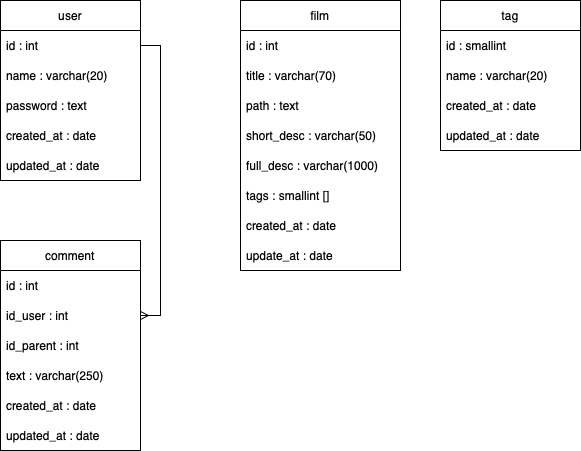
Earlier version of the draw.io export _plan/database_plan.drawio.png (FilipSankowski/film_app). Source tidied: cells renumbered, new cells last; positions are measured from the earlier drawing's top-left corner, leaving out a move shared by most shapes.
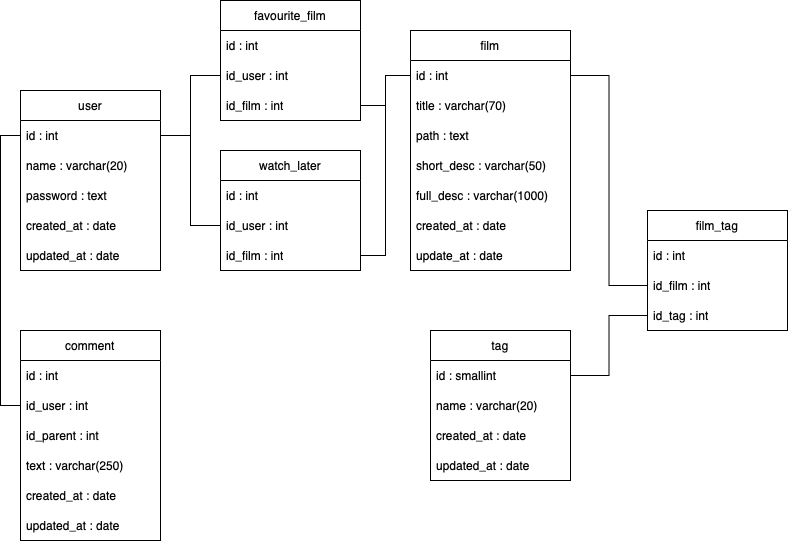
After the change.

Commit message:
added missing parts to database project; added more specific endpoints to API project

What changed in the source:
```diff
@@ -3,7 +3,7 @@
     <mxCell id="0" />
     <mxCell id="1" parent="0" />
     <mxCell id="2" value="user" style="swimlane;fontStyle=0;horizontal=1;startSize=30;whiteSpace=wrap;html=1;" parent="1" vertex="1">
-      <mxGeometry width="140" height="180" as="geometry" />
+      <mxGeometry x="20" y="120" width="140" height="180" as="geometry" />
     </mxCell>
     <mxCell id="3" value="id : int" style="text;strokeColor=none;fillColor=none;align=left;verticalAlign=middle;spacingLeft=4;spacingRight=4;overflow=hidden;points=[[0,0.5],[1,0.5]];portConstraint=eastwest;whiteSpace=wrap;html=1;" parent="2" vertex="1">
       <mxGeometry y="30" width="140" height="30" as="geometry" />
@@ -21,7 +21,7 @@
       <mxGeometry y="150" width="140" height="30" as="geometry" />
     </mxCell>
     <mxCell id="8" value="tag" style="swimlane;fontStyle=0;horizontal=1;startSize=30;whiteSpace=wrap;html=1;" parent="1" vertex="1">
-      <mxGeometry x="440" width="140" height="150" as="geometry" />
+      <mxGeometry x="430" y="360" width="140" height="150" as="geometry" />
     </mxCell>
     <mxCell id="9" value="id : smallint" style="text;strokeColor=none;fillColor=none;align=left;verticalAlign=middle;spacingLeft=4;spacingRight=4;overflow=hidden;points=[[0,0.5],[1,0.5]];portConstraint=eastwest;whiteSpace=wrap;html=1;" parent="8" vertex="1">
       <mxGeometry y="30" width="140" height="30" as="geometry" />
@@ -36,7 +36,7 @@
       <mxGeometry y="120" width="140" height="30" as="geometry" />
     </mxCell>
     <mxCell id="13" value="film" style="swimlane;fontStyle=0;horizontal=1;startSize=30;whiteSpace=wrap;html=1;" parent="1" vertex="1">
-      <mxGeometry x="240" width="160" height="270" as="geometry" />
+      <mxGeometry x="410" y="60" width="160" height="240" as="geometry" />
     </mxCell>
     <mxCell id="14" value="id : int" style="text;strokeColor=none;fillColor=none;align=left;verticalAlign=middle;spacingLeft=4;spacingRight=4;overflow=hidden;points=[[0,0.5],[1,0.5]];portConstraint=eastwest;whiteSpace=wrap;html=1;" parent="13" vertex="1">
       <mxGeometry y="30" width="160" height="30" as="geometry" />
@@ -53,17 +53,14 @@
     <mxCell id="18" value="full_desc : varchar(1000)" style="text;strokeColor=none;fillColor=none;align=left;verticalAlign=middle;spacingLeft=4;spacingRight=4;overflow=hidden;whiteSpace=wrap;html=1;" parent="13" vertex="1">
       <mxGeometry y="150" width="160" height="30" as="geometry" />
     </mxCell>
-    <mxCell id="19" value="tags : smallint []" style="text;strokeColor=none;fillColor=none;align=left;verticalAlign=middle;spacingLeft=4;spacingRight=4;overflow=hidden;whiteSpace=wrap;html=1;" parent="13" vertex="1">
-      <mxGeometry y="180" width="160" height="30" as="geometry" />
-    </mxCell>
     <mxCell id="20" value="created_at : date" style="text;strokeColor=none;fillColor=none;align=left;verticalAlign=middle;spacingLeft=4;spacingRight=4;overflow=hidden;whiteSpace=wrap;html=1;" parent="13" vertex="1">
-      <mxGeometry y="210" width="160" height="30" as="geometry" />
+      <mxGeometry y="180" width="160" height="30" as="geometry" />
     </mxCell>
     <mxCell id="21" value="update_at : date" style="text;strokeColor=none;fillColor=none;align=left;verticalAlign=middle;spacingLeft=4;spacingRight=4;overflow=hidden;whiteSpace=wrap;html=1;" parent="13" vertex="1">
-      <mxGeometry y="240" width="160" height="30" as="geometry" />
+      <mxGeometry y="210" width="160" height="30" as="geometry" />
     </mxCell>
     <mxCell id="22" value="comment" style="swimlane;fontStyle=0;horizontal=1;startSize=30;whiteSpace=wrap;html=1;" parent="1" vertex="1">
-      <mxGeometry y="240" width="140" height="210" as="geometry" />
+      <mxGeometry x="20" y="360" width="140" height="210" as="geometry" />
     </mxCell>
     <mxCell id="23" value="id : int" style="text;strokeColor=none;fillColor=none;align=left;verticalAlign=middle;spacingLeft=4;spacingRight=4;overflow=hidden;whiteSpace=wrap;html=1;" parent="22" vertex="1">
       <mxGeometry y="30" width="140" height="30" as="geometry" />
@@ -83,8 +80,62 @@
     <mxCell id="28" value="updated_at : date" style="text;strokeColor=none;fillColor=none;align=left;verticalAlign=middle;spacingLeft=4;spacingRight=4;overflow=hidden;whiteSpace=wrap;html=1;" parent="22" vertex="1">
       <mxGeometry y="180" width="140" height="30" as="geometry" />
     </mxCell>
+    <mxCell id="30" value="favourite_film" style="swimlane;fontStyle=0;horizontal=1;startSize=30;whiteSpace=wrap;html=1;" parent="1" vertex="1">
+      <mxGeometry x="220" y="30" width="140" height="120" as="geometry" />
+    </mxCell>
+    <mxCell id="31" value="id : int" style="text;strokeColor=none;fillColor=none;align=left;verticalAlign=middle;spacingLeft=4;spacingRight=4;overflow=hidden;whiteSpace=wrap;html=1;" parent="30" vertex="1">
+      <mxGeometry y="30" width="140" height="30" as="geometry" />
+    </mxCell>
+    <mxCell id="32" value="id_user : int" style="text;strokeColor=none;fillColor=none;align=left;verticalAlign=middle;spacingLeft=4;spacingRight=4;overflow=hidden;points=[[0,0.5],[1,0.5]];portConstraint=eastwest;whiteSpace=wrap;html=1;" parent="30" vertex="1">
+      <mxGeometry y="60" width="140" height="30" as="geometry" />
+    </mxCell>
+    <mxCell id="33" value="id_film : int" style="text;strokeColor=none;fillColor=none;align=left;verticalAlign=middle;spacingLeft=4;spacingRight=4;overflow=hidden;points=[[0,0.5],[1,0.5]];portConstraint=eastwest;whiteSpace=wrap;html=1;" parent="30" vertex="1">
+      <mxGeometry y="90" width="140" height="30" as="geometry" />
+    </mxCell>
+    <mxCell id="34" style="edgeStyle=orthogonalEdgeStyle;rounded=0;jettySize=auto;html=1;exitX=1;exitY=0.5;exitDx=0;exitDy=0;entryX=0;entryY=0.5;entryDx=0;entryDy=0;endArrow=none;endFill=0;startArrow=none;startFill=0;" parent="1" edge="1" source="3" target="32">
+      <mxGeometry relative="1" as="geometry" />
+    </mxCell>
-    <mxCell id="29" style="edgeStyle=orthogonalEdgeStyle;rounded=0;jettySize=auto;html=1;exitX=1;exitY=0.5;exitDx=0;exitDy=0;entryX=1;entryY=0.5;entryDx=0;entryDy=0;startArrow=ERmany;startFill=0;endArrow=none;endFill=0;" parent="1" edge="1" source="24" target="3">
+    <mxCell id="29" style="edgeStyle=orthogonalEdgeStyle;rounded=0;jettySize=auto;html=1;exitX=0;exitY=0.5;exitDx=0;exitDy=0;entryX=0;entryY=0.5;entryDx=0;entryDy=0;endArrow=none;endFill=0;" parent="1" edge="1" source="24" target="3">
       <mxGeometry relative="1" as="geometry" />
     </mxCell>
+    <mxCell id="35" value="watch_later" style="swimlane;fontStyle=0;horizontal=1;startSize=30;whiteSpace=wrap;html=1;" parent="1" vertex="1">
+      <mxGeometry x="220" y="180" width="140" height="120" as="geometry" />
+    </mxCell>
+    <mxCell id="36" value="id : int" style="text;strokeColor=none;fillColor=none;align=left;verticalAlign=middle;spacingLeft=4;spacingRight=4;overflow=hidden;whiteSpace=wrap;html=1;" parent="35" vertex="1">
+      <mxGeometry y="30" width="140" height="30" as="geometry" />
+    </mxCell>
+    <mxCell id="37" value="id_user : int" style="text;strokeColor=none;fillColor=none;align=left;verticalAlign=middle;spacingLeft=4;spacingRight=4;overflow=hidden;points=[[0,0.5],[1,0.5]];portConstraint=eastwest;whiteSpace=wrap;html=1;" parent="35" vertex="1">
+      <mxGeometry y="60" width="140" height="30" as="geometry" />
+    </mxCell>
+    <mxCell id="38" value="id_film : int" style="text;strokeColor=none;fillColor=none;align=left;verticalAlign=middle;spacingLeft=4;spacingRight=4;overflow=hidden;points=[[0,0.5],[1,0.5]];portConstraint=eastwest;whiteSpace=wrap;html=1;" parent="35" vertex="1">
+      <mxGeometry y="90" width="140" height="30" as="geometry" />
+    </mxCell>
+    <mxCell id="39" style="edgeStyle=orthogonalEdgeStyle;rounded=0;jettySize=auto;html=1;exitX=1;exitY=0.5;exitDx=0;exitDy=0;entryX=0;entryY=0.5;entryDx=0;entryDy=0;endArrow=none;endFill=0;" parent="1" edge="1" source="3" target="37">
+      <mxGeometry relative="1" as="geometry" />
+    </mxCell>
+    <mxCell id="40" style="edgeStyle=orthogonalEdgeStyle;rounded=0;jettySize=auto;html=1;exitX=1;exitY=0.5;exitDx=0;exitDy=0;endArrow=none;endFill=0;" parent="1" edge="1" source="38" target="14">
+      <mxGeometry relative="1" as="geometry" />
+    </mxCell>
+    <mxCell id="41" style="edgeStyle=orthogonalEdgeStyle;rounded=0;jettySize=auto;html=1;exitX=1;exitY=0.5;exitDx=0;exitDy=0;entryX=0;entryY=0.5;entryDx=0;entryDy=0;endArrow=none;endFill=0;" parent="1" edge="1" source="33" target="14">
+      <mxGeometry relative="1" as="geometry" />
+    </mxCell>
+    <mxCell id="42" value="film_tag" style="swimlane;fontStyle=0;horizontal=1;startSize=30;whiteSpace=wrap;html=1;" parent="1" vertex="1">
+      <mxGeometry x="647" y="240" width="140" height="120" as="geometry" />
+    </mxCell>
+    <mxCell id="43" value="id : int" style="text;strokeColor=none;fillColor=none;align=left;verticalAlign=middle;spacingLeft=4;spacingRight=4;overflow=hidden;whiteSpace=wrap;html=1;" parent="42" vertex="1">
+      <mxGeometry y="30" width="140" height="30" as="geometry" />
+    </mxCell>
+    <mxCell id="44" value="id_film : int" style="text;strokeColor=none;fillColor=none;align=left;verticalAlign=middle;spacingLeft=4;spacingRight=4;overflow=hidden;points=[[0,0.5],[1,0.5]];portConstraint=eastwest;whiteSpace=wrap;html=1;" parent="42" vertex="1">
+      <mxGeometry y="60" width="140" height="30" as="geometry" />
+    </mxCell>
+    <mxCell id="45" value="id_tag : int" style="text;strokeColor=none;fillColor=none;align=left;verticalAlign=middle;spacingLeft=4;spacingRight=4;overflow=hidden;points=[[0,0.5],[1,0.5]];portConstraint=eastwest;whiteSpace=wrap;html=1;" parent="42" vertex="1">
+      <mxGeometry y="90" width="140" height="30" as="geometry" />
+    </mxCell>
+    <mxCell id="46" style="edgeStyle=orthogonalEdgeStyle;rounded=0;jettySize=auto;html=1;exitX=1;exitY=0.5;exitDx=0;exitDy=0;entryX=0;entryY=0.5;entryDx=0;entryDy=0;endArrow=none;endFill=0;" parent="1" edge="1" source="9" target="45">
+      <mxGeometry relative="1" as="geometry" />
+    </mxCell>
+    <mxCell id="47" style="edgeStyle=orthogonalEdgeStyle;rounded=0;jettySize=auto;html=1;exitX=0;exitY=0.5;exitDx=0;exitDy=0;endArrow=none;endFill=0;" parent="1" edge="1" source="44" target="14">
+      <mxGeometry relative="1" as="geometry" />
+    </mxCell>
   </root>
 </mxGraphModel>
```
